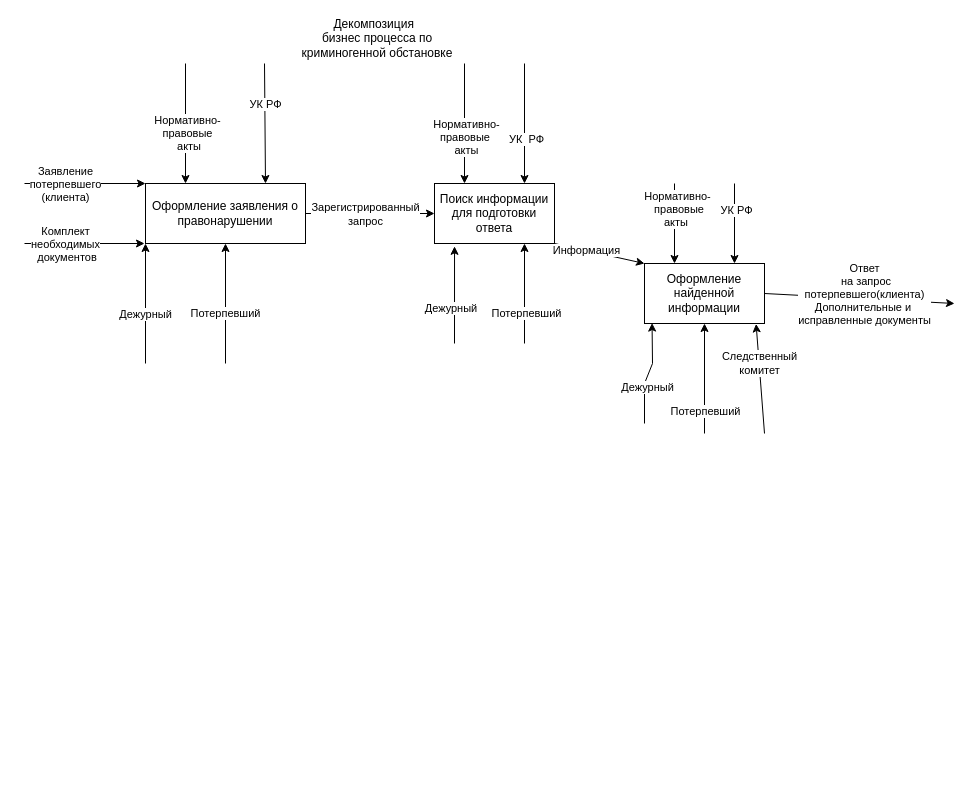
Before: page "Страница 1" (1 of 3) of Диаграмма без названия.drawio in YagovkinaA/omp, a draw.io diagram. Source tidied: cells renumbered, new cells numbered last; positions are measured from the earlier drawing's top-left corner, leaving out a move shared by most shapes. Both pictures are drawn from the tidied source at 100%, with x=0, y=0 at pixel (24, 23).
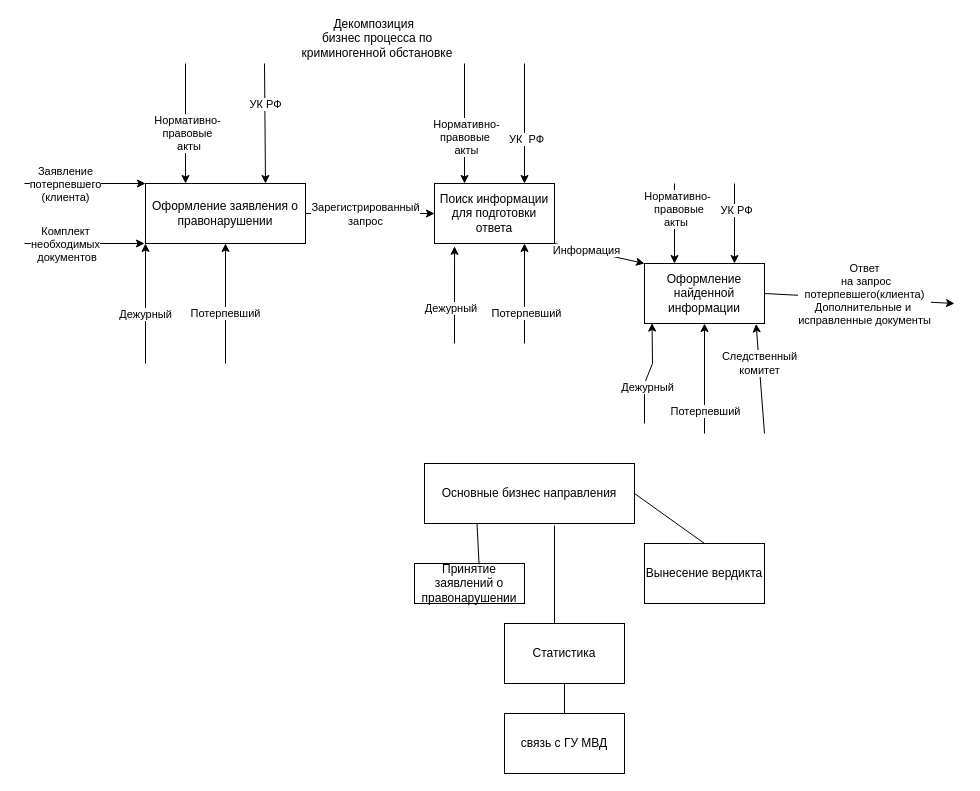
The same page after the edit.

What changed in the source:
```diff
@@
+    <mxCell id="42" value="Основные бизнес направления" style="rounded=0;whiteSpace=wrap;html=1;" parent="1" vertex="1">
+      <mxGeometry x="400" y="440" width="210" height="60" as="geometry" />
+    </mxCell>
+    <mxCell id="43" value="Принятие заявлений о правонарушении&lt;br&gt;" style="rounded=0;whiteSpace=wrap;html=1;" parent="1" vertex="1">
+      <mxGeometry x="390" y="540" width="110" height="40" as="geometry" />
+    </mxCell>
+    <mxCell id="44" style="endArrow=none;html=1;rounded=0;entryX=0.25;entryY=1;entryDx=0;entryDy=0;exitX=0.587;exitY=0.02;exitDx=0;exitDy=0;exitPerimeter=0;" parent="1" edge="1" source="43" target="42">
+      <mxGeometry relative="1" as="geometry" />
+    </mxCell>
+    <mxCell id="45" value="Вынесение вердикта" style="rounded=0;whiteSpace=wrap;html=1;" parent="1" vertex="1">
+      <mxGeometry x="620" y="520" width="120" height="60" as="geometry" />
+    </mxCell>
+    <mxCell id="46" style="endArrow=none;html=1;rounded=0;entryX=1;entryY=0.5;entryDx=0;entryDy=0;exitX=0.5;exitY=0;exitDx=0;exitDy=0;" parent="1" edge="1" source="45" target="42">
+      <mxGeometry relative="1" as="geometry" />
+    </mxCell>
+    <mxCell id="47" style="endArrow=none;html=1;rounded=0;entryX=0.619;entryY=1.033;entryDx=0;entryDy=0;entryPerimeter=0;" parent="1" edge="1" target="42">
+      <mxGeometry relative="1" as="geometry">
+        <mxPoint x="530" y="600" as="sourcePoint" />
+      </mxGeometry>
+    </mxCell>
+    <mxCell id="48" value="Статистика" style="rounded=0;whiteSpace=wrap;html=1;" parent="1" vertex="1">
+      <mxGeometry x="480" y="600" width="120" height="60" as="geometry" />
+    </mxCell>
+    <mxCell id="49" value="связь с ГУ МВД" style="rounded=0;whiteSpace=wrap;html=1;" parent="1" vertex="1">
+      <mxGeometry x="480" y="690" width="120" height="60" as="geometry" />
+    </mxCell>
+    <mxCell id="50" style="endArrow=none;html=1;rounded=0;entryX=0.5;entryY=1;entryDx=0;entryDy=0;exitX=0.5;exitY=0;exitDx=0;exitDy=0;" parent="1" edge="1" source="49" target="48">
+      <mxGeometry relative="1" as="geometry" />
+    </mxCell>
```
